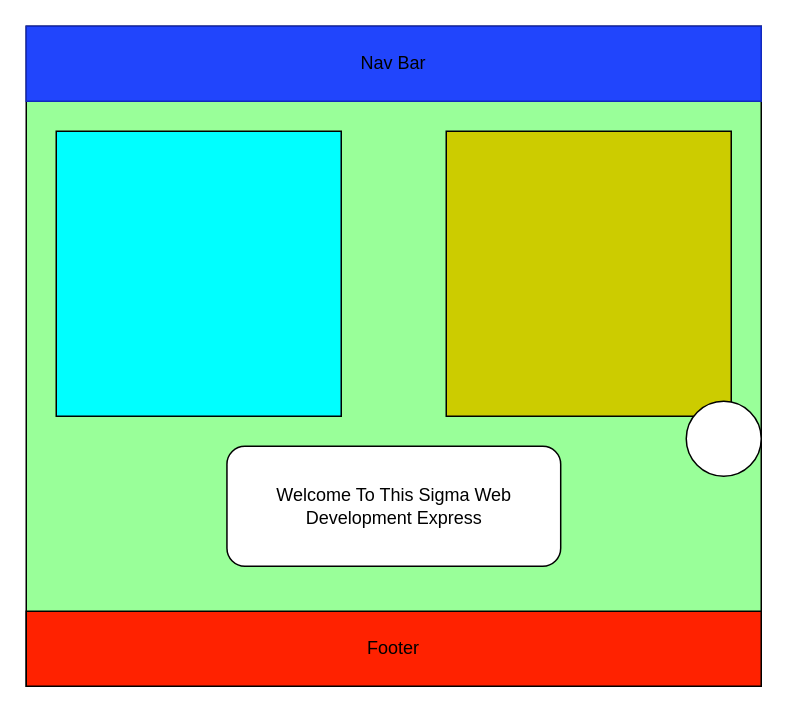
This is Untitled Diagram.drawio from Bhagat-Nirnay/Quick_Quiz, a draw.io file, before an edit. Source tidied: cells renumbered, new cells numbered last; positions are measured from the earlier drawing's top-left corner, leaving out a move shared by most shapes. Both pictures are drawn from the tidied source at 150%, with x=0, y=0 at pixel (26, 26).
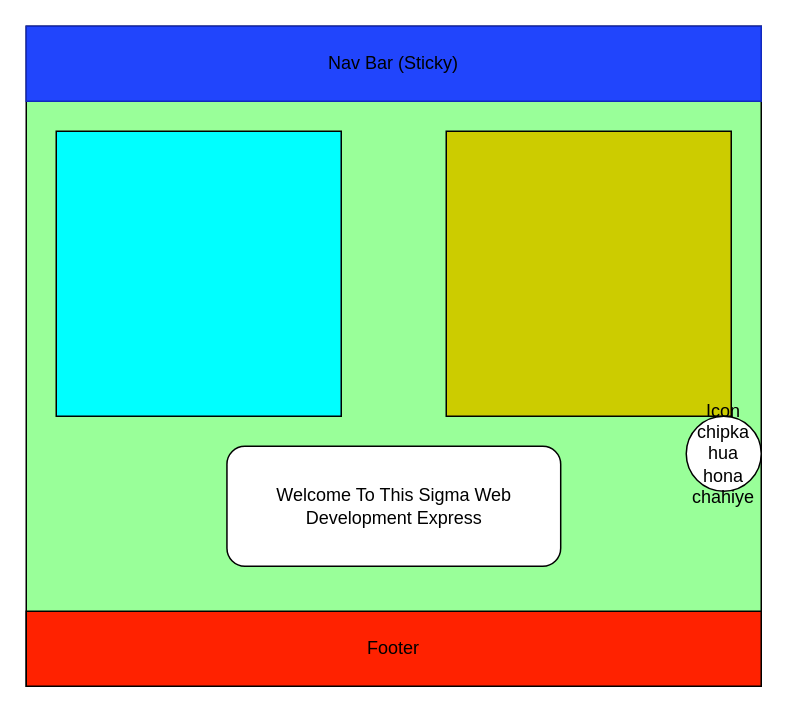
Above is the later version.

Change to the diagram source:
```diff
@@
 <mxGraphModel>
   <root>
     <mxCell id="0" />
     <mxCell id="1" parent="0" />
     <mxCell id="2" style="rounded=0;whiteSpace=wrap;html=1;fillColor=#99FF99;" parent="1" vertex="1">
       <mxGeometry width="490" height="440" as="geometry" />
     </mxCell>
-    <mxCell id="3" value="Nav Bar" style="rounded=0;whiteSpace=wrap;html=1;fillColor=#2145FC;strokeColor=#1128BF;" parent="1" vertex="1">
+    <mxCell id="3" value="Nav Bar (Sticky)" style="rounded=0;whiteSpace=wrap;html=1;fillColor=#2145FC;strokeColor=#1128BF;" parent="1" vertex="1">
       <mxGeometry width="490" height="50" as="geometry" />
     </mxCell>
     <mxCell id="4" style="whiteSpace=wrap;html=1;fillColor=#00FFFF;" parent="1" vertex="1">
       <mxGeometry x="20" y="70" width="190" height="190" as="geometry" />
     </mxCell>
     <mxCell id="5" style="whiteSpace=wrap;html=1;fillColor=#CCCC00;" parent="1" vertex="1">
       <mxGeometry x="280" y="70" width="190" height="190" as="geometry" />
     </mxCell>
     <mxCell id="6" value="Footer" style="rounded=0;whiteSpace=wrap;html=1;fillColor=#FF2200;" parent="1" vertex="1">
       <mxGeometry y="390" width="490" height="50" as="geometry" />
     </mxCell>
-    <mxCell id="7" style="ellipse;whiteSpace=wrap;html=1;" parent="1" vertex="1">
-      <mxGeometry x="440" y="250" width="50" height="50" as="geometry" />
+    <mxCell id="7" value="Icon chipka hua hona chahiye" style="ellipse;whiteSpace=wrap;html=1;" parent="1" vertex="1">
+      <mxGeometry x="440" y="260" width="50" height="50" as="geometry" />
     </mxCell>
     <mxCell id="8" value="Welcome To This Sigma Web Development Express" style="rounded=1;whiteSpace=wrap;html=1;" parent="1" vertex="1">
       <mxGeometry x="133.8" y="280" width="222.5" height="80" as="geometry" />
     </mxCell>
   </root>
 </mxGraphModel>
```
